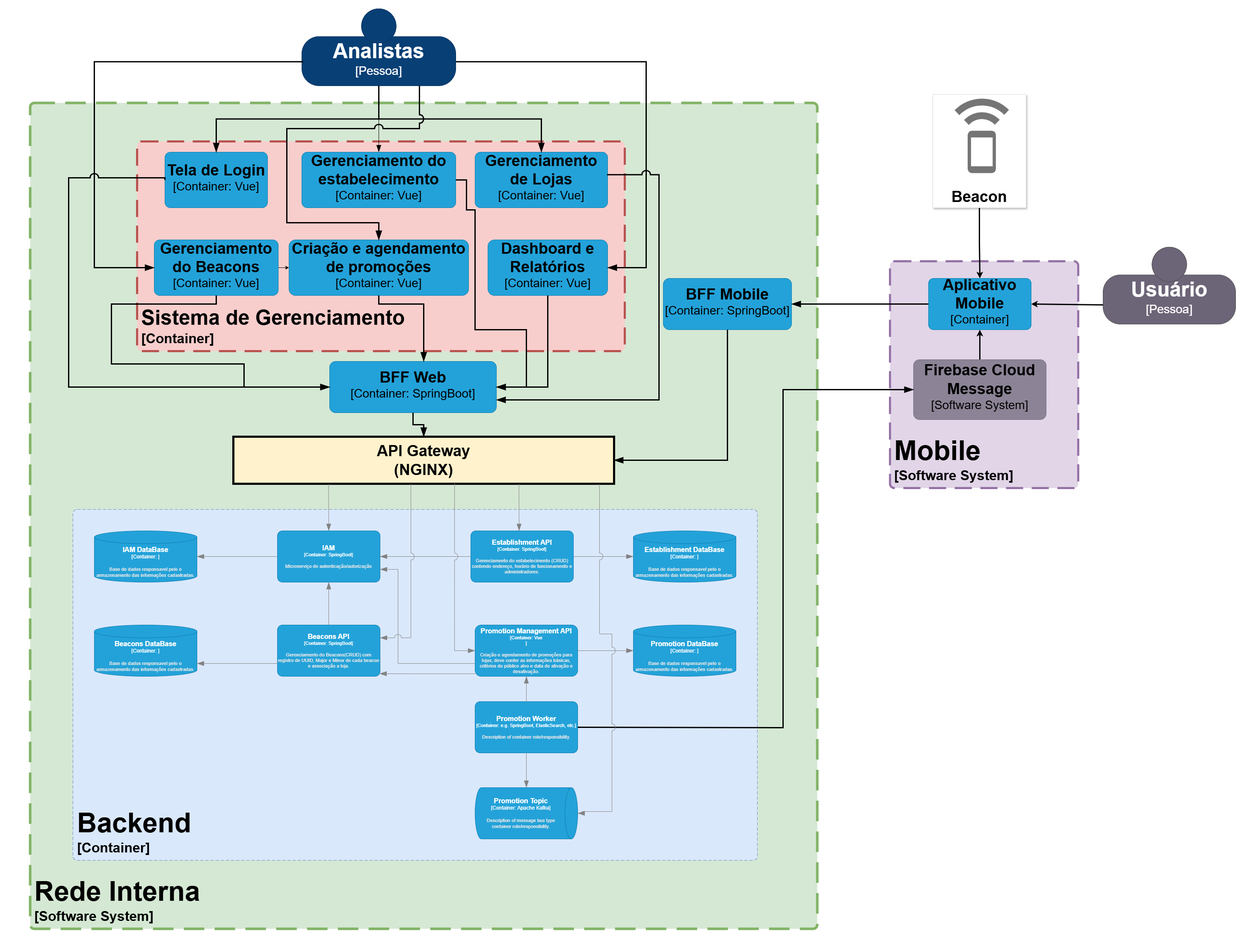
dickson-souza-projects/arq-soft-distrib-puc-minas-2025-java keeps this draw.io diagram as arquitetura-container.png. Above is the earlier version. Source tidied: cells renumbered, new cells last; positions are measured from the earlier drawing's top-left corner, leaving out a move shared by most shapes.
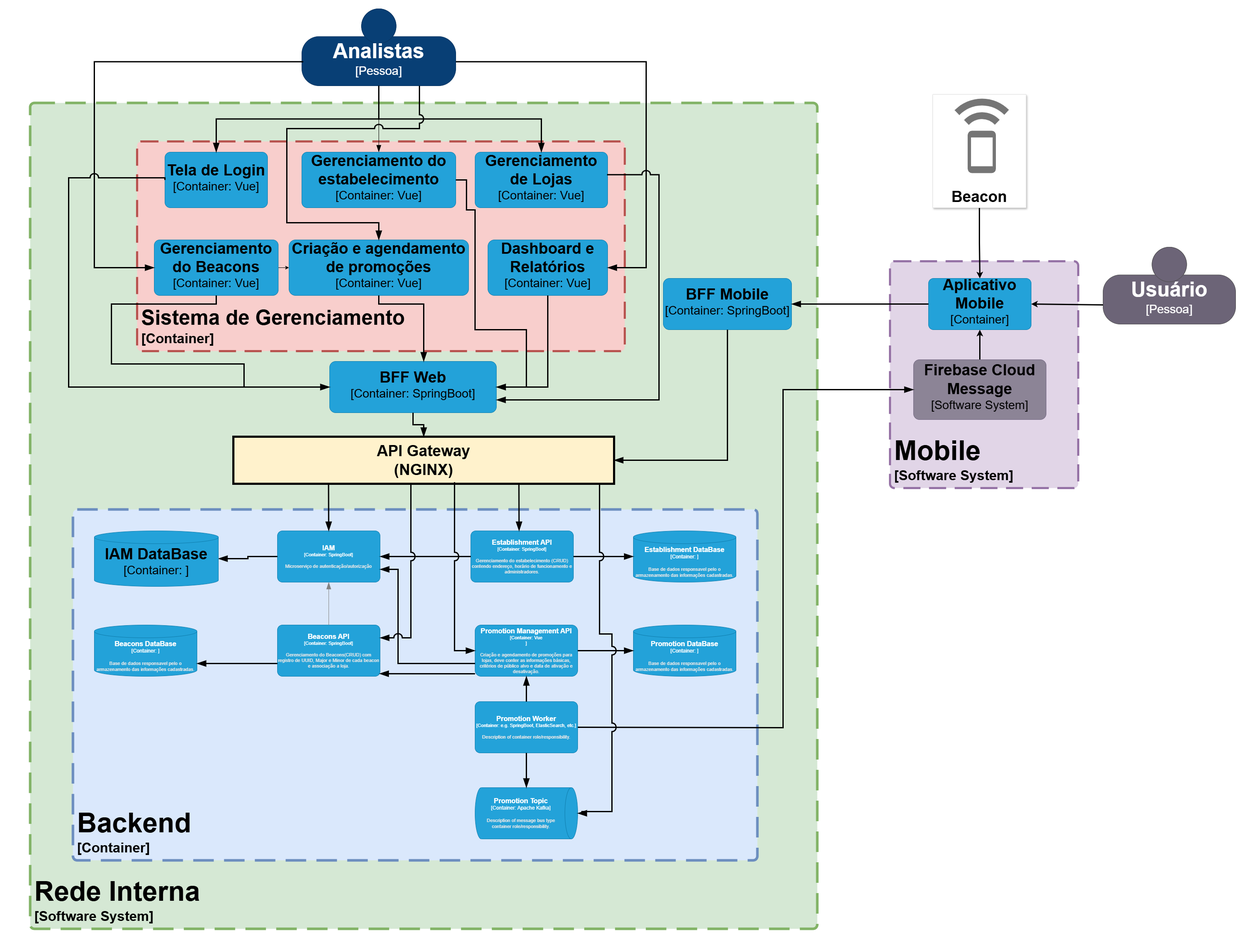
Above is the later version.

Commit message:
Ajustes iniicias no container do backend

Diff of the diagram source:
```diff
@@ -70,7 +70,7 @@
       </mxCell>
     </object>
     <object id="17" label="&lt;div style=&quot;text-align: left&quot;&gt;&lt;font style=&quot;font-size: 64px&quot;&gt;&lt;b&gt;&lt;font color=&quot;#000000&quot;&gt;%c4Name%&lt;/font&gt;&lt;/div&gt;&lt;/font&gt;&lt;div style=&quot;text-align: left&quot;&gt;&lt;font style=&quot;font-size: 32px&quot;&gt;&lt;font color=&quot;#000000&quot;&gt;[%c4Application%]&lt;/font&gt;&lt;/font&gt;&lt;/div&gt;" c4Application="Container" c4Name="Backend" c4Type="ContainerScopeBoundary" placeholders="1">
-      <mxCell style="rounded=1;fontSize=11;whiteSpace=wrap;html=1;dashed=1;arcSize=20;fillColor=#dae8fc;strokeColor=#6c8ebf;labelBackgroundColor=none;align=left;verticalAlign=bottom;labelBorderColor=none;spacingTop=0;spacing=10;dashPattern=8 4;perimeter=rectanglePerimeter;noLabel=0;labelPadding=0;absoluteArcSize=1;" parent="1" vertex="1">
+      <mxCell style="rounded=1;fontSize=11;whiteSpace=wrap;html=1;dashed=1;arcSize=20;fillColor=#dae8fc;strokeColor=#6c8ebf;labelBackgroundColor=none;align=left;verticalAlign=bottom;labelBorderColor=none;spacingTop=0;spacing=10;dashPattern=8 4;perimeter=rectanglePerimeter;noLabel=0;labelPadding=0;absoluteArcSize=1;strokeWidth=6;" parent="1" vertex="1">
         <mxGeometry x="170" y="1190" width="1600" height="820" as="geometry" />
       </mxCell>
     </object>
@@ -171,12 +171,12 @@
       </mxCell>
     </object>
     <object id="34" label="" c4Type="Relationship" placeholders="1">
-      <mxCell style="endArrow=blockThin;html=1;fontSize=10;fontColor=#404040;strokeWidth=1;endFill=1;strokeColor=#828282;elbow=vertical;endSize=14;startSize=14;jumpStyle=arc;jumpSize=16;rounded=0;edgeStyle=orthogonalEdgeStyle;exitX=0;exitY=0.5;exitDx=0;exitDy=0;exitPerimeter=0;" parent="1" edge="1" source="27" target="64">
+      <mxCell style="endArrow=blockThin;html=1;fontSize=10;fontColor=#404040;strokeWidth=3;endFill=1;strokeColor=#000000;elbow=vertical;endSize=14;startSize=14;jumpStyle=arc;jumpSize=16;rounded=0;edgeStyle=orthogonalEdgeStyle;exitX=0;exitY=0.5;exitDx=0;exitDy=0;exitPerimeter=0;" parent="1" edge="1" source="27" target="64">
         <mxGeometry relative="1" as="geometry" />
       </mxCell>
     </object>
     <object id="35" label="" c4Type="Relationship" placeholders="1">
-      <mxCell style="endArrow=blockThin;html=1;fontSize=10;fontColor=#404040;strokeWidth=1;endFill=1;strokeColor=#828282;elbow=vertical;endSize=14;startSize=14;jumpStyle=arc;jumpSize=16;rounded=0;edgeStyle=orthogonalEdgeStyle;exitX=0;exitY=0.75;exitDx=0;exitDy=0;exitPerimeter=0;entryX=1;entryY=0.75;entryDx=0;entryDy=0;entryPerimeter=0;" parent="1" edge="1" source="28" target="30">
+      <mxCell style="endArrow=blockThin;html=1;fontSize=10;fontColor=#404040;strokeWidth=3;endFill=1;strokeColor=#000000;elbow=vertical;endSize=14;startSize=14;jumpStyle=arc;jumpSize=16;rounded=0;edgeStyle=orthogonalEdgeStyle;exitX=0;exitY=0.75;exitDx=0;exitDy=0;exitPerimeter=0;entryX=1;entryY=0.75;entryDx=0;entryDy=0;entryPerimeter=0;" parent="1" edge="1" source="28" target="30">
         <mxGeometry relative="1" as="geometry" />
       </mxCell>
     </object>
@@ -201,7 +201,7 @@
       </mxCell>
     </object>
     <object id="40" label="" c4Type="Relationship" placeholders="1">
-      <mxCell style="endArrow=blockThin;html=1;fontSize=10;fontColor=#404040;strokeWidth=1;endFill=1;strokeColor=#828282;elbow=vertical;endSize=14;startSize=14;jumpStyle=arc;jumpSize=16;rounded=0;edgeStyle=orthogonalEdgeStyle;exitX=0;exitY=0.75;exitDx=0;exitDy=0;exitPerimeter=0;entryX=1;entryY=0.75;entryDx=0;entryDy=0;entryPerimeter=0;" parent="1" edge="1" source="32" target="27">
+      <mxCell style="endArrow=blockThin;html=1;fontSize=10;fontColor=#404040;strokeWidth=3;endFill=1;strokeColor=#000000;elbow=vertical;endSize=14;startSize=14;jumpStyle=arc;jumpSize=16;rounded=0;edgeStyle=orthogonalEdgeStyle;exitX=0;exitY=0.75;exitDx=0;exitDy=0;exitPerimeter=0;entryX=1;entryY=0.75;entryDx=0;entryDy=0;entryPerimeter=0;" parent="1" edge="1" source="32" target="27">
         <mxGeometry relative="1" as="geometry">
           <Array as="points">
             <mxPoint x="930" y="1550" />
@@ -211,27 +211,27 @@
       </mxCell>
     </object>
     <object id="41" label="" c4Type="Relationship" placeholders="1">
-      <mxCell style="endArrow=blockThin;html=1;fontSize=10;fontColor=#404040;strokeWidth=1;endFill=1;strokeColor=#828282;elbow=vertical;endSize=14;startSize=14;jumpStyle=arc;jumpSize=16;rounded=0;edgeStyle=orthogonalEdgeStyle;exitX=0;exitY=0.5;exitDx=0;exitDy=0;exitPerimeter=0;entryX=1;entryY=0.5;entryDx=0;entryDy=0;entryPerimeter=0;" parent="1" edge="1" source="29" target="27">
+      <mxCell style="endArrow=blockThin;html=1;fontSize=10;fontColor=#404040;strokeWidth=3;endFill=1;strokeColor=#000000;elbow=vertical;endSize=14;startSize=14;jumpStyle=arc;jumpSize=16;rounded=0;edgeStyle=orthogonalEdgeStyle;exitX=0;exitY=0.5;exitDx=0;exitDy=0;exitPerimeter=0;entryX=1;entryY=0.5;entryDx=0;entryDy=0;entryPerimeter=0;" parent="1" edge="1" source="29" target="27">
         <mxGeometry relative="1" as="geometry" />
       </mxCell>
     </object>
     <object id="42" label="" c4Type="Relationship" placeholders="1">
-      <mxCell style="endArrow=blockThin;html=1;fontSize=10;fontColor=#404040;strokeWidth=1;endFill=1;strokeColor=#828282;elbow=vertical;endSize=14;startSize=14;jumpStyle=arc;jumpSize=16;rounded=0;edgeStyle=orthogonalEdgeStyle;exitX=1;exitY=0.5;exitDx=0;exitDy=0;exitPerimeter=0;entryX=0;entryY=0.5;entryDx=0;entryDy=0;entryPerimeter=0;" parent="1" edge="1" source="29" target="31">
+      <mxCell style="endArrow=blockThin;html=1;fontSize=10;fontColor=#404040;strokeWidth=3;endFill=1;strokeColor=#000000;elbow=vertical;endSize=14;startSize=14;jumpStyle=arc;jumpSize=16;rounded=0;edgeStyle=orthogonalEdgeStyle;exitX=1;exitY=0.5;exitDx=0;exitDy=0;exitPerimeter=0;entryX=0;entryY=0.5;entryDx=0;entryDy=0;entryPerimeter=0;" parent="1" edge="1" source="29" target="31">
         <mxGeometry relative="1" as="geometry" />
       </mxCell>
     </object>
     <object id="43" label="" c4Type="Relationship" placeholders="1">
-      <mxCell style="endArrow=blockThin;html=1;fontSize=10;fontColor=#404040;strokeWidth=1;endFill=1;strokeColor=#828282;elbow=vertical;endSize=14;startSize=14;jumpStyle=arc;jumpSize=16;rounded=0;edgeStyle=orthogonalEdgeStyle;exitX=1;exitY=0.5;exitDx=0;exitDy=0;exitPerimeter=0;entryX=0;entryY=0.5;entryDx=0;entryDy=0;entryPerimeter=0;" parent="1" edge="1" source="32" target="33">
+      <mxCell style="endArrow=blockThin;html=1;fontSize=10;fontColor=#404040;strokeWidth=3;endFill=1;strokeColor=#000000;elbow=vertical;endSize=14;startSize=14;jumpStyle=arc;jumpSize=16;rounded=0;edgeStyle=orthogonalEdgeStyle;exitX=1;exitY=0.5;exitDx=0;exitDy=0;exitPerimeter=0;entryX=0;entryY=0.5;entryDx=0;entryDy=0;entryPerimeter=0;" parent="1" edge="1" source="32" target="33">
         <mxGeometry relative="1" as="geometry" />
       </mxCell>
     </object>
     <object id="44" label="" c4Type="Relationship" placeholders="1">
-      <mxCell style="endArrow=blockThin;html=1;fontSize=10;fontColor=#404040;strokeWidth=1;endFill=1;strokeColor=#828282;elbow=vertical;endSize=14;startSize=14;jumpStyle=arc;jumpSize=16;rounded=0;edgeStyle=orthogonalEdgeStyle;entryX=0.5;entryY=1;entryDx=0;entryDy=0;entryPerimeter=0;exitX=0.5;exitY=0;exitDx=0;exitDy=0;exitPerimeter=0;" parent="1" edge="1" source="39" target="32">
+      <mxCell style="endArrow=blockThin;html=1;fontSize=10;fontColor=#404040;strokeWidth=3;endFill=1;strokeColor=#000000;elbow=vertical;endSize=14;startSize=14;jumpStyle=arc;jumpSize=16;rounded=0;edgeStyle=orthogonalEdgeStyle;entryX=0.5;entryY=1;entryDx=0;entryDy=0;entryPerimeter=0;exitX=0.5;exitY=0;exitDx=0;exitDy=0;exitPerimeter=0;" parent="1" edge="1" source="39" target="32">
         <mxGeometry relative="1" as="geometry" />
       </mxCell>
     </object>
     <object id="45" label="" c4Type="Relationship" placeholders="1">
-      <mxCell style="endArrow=blockThin;html=1;fontSize=10;fontColor=#404040;strokeWidth=1;endFill=1;strokeColor=#828282;elbow=vertical;endSize=14;startSize=14;jumpStyle=arc;jumpSize=16;rounded=0;edgeStyle=orthogonalEdgeStyle;exitX=0.5;exitY=1;exitDx=0;exitDy=0;exitPerimeter=0;" parent="1" edge="1" source="39" target="38">
+      <mxCell style="endArrow=blockThin;html=1;fontSize=10;fontColor=#404040;strokeWidth=3;endFill=1;strokeColor=#000000;elbow=vertical;endSize=14;startSize=14;jumpStyle=arc;jumpSize=16;rounded=0;edgeStyle=orthogonalEdgeStyle;exitX=0.5;exitY=1;exitDx=0;exitDy=0;exitPerimeter=0;" parent="1" edge="1" source="39" target="38">
         <mxGeometry relative="1" as="geometry" />
       </mxCell>
     </object>
@@ -247,7 +247,7 @@
       </mxCell>
     </object>
     <object id="47" label="" c4Type="Relationship" placeholders="1">
-      <mxCell style="endArrow=blockThin;html=1;fontSize=10;fontColor=#404040;strokeWidth=1;endFill=1;strokeColor=#828282;elbow=vertical;endSize=14;startSize=14;jumpStyle=arc;jumpSize=16;rounded=0;edgeStyle=orthogonalEdgeStyle;entryX=0.995;entryY=0.948;entryDx=0;entryDy=0;entryPerimeter=0;" parent="1" edge="1" target="28">
+      <mxCell style="endArrow=blockThin;html=1;fontSize=10;fontColor=#404040;strokeWidth=3;endFill=1;strokeColor=#000000;elbow=vertical;endSize=14;startSize=14;jumpStyle=arc;jumpSize=16;rounded=0;edgeStyle=orthogonalEdgeStyle;entryX=0.995;entryY=0.948;entryDx=0;entryDy=0;entryPerimeter=0;" parent="1" edge="1" target="28">
         <mxGeometry relative="1" as="geometry">
           <mxPoint x="1110" y="1574" as="sourcePoint" />
         </mxGeometry>
@@ -340,12 +340,12 @@
       </mxCell>
     </object>
     <object id="59" label="" c4Type="Relationship" placeholders="1">
-      <mxCell style="endArrow=blockThin;html=1;fontSize=10;fontColor=#404040;strokeWidth=1;endFill=1;strokeColor=#828282;elbow=vertical;endSize=14;startSize=14;jumpStyle=arc;jumpSize=16;rounded=0;edgeStyle=orthogonalEdgeStyle;exitX=0.25;exitY=1;exitDx=0;exitDy=0;entryX=0.5;entryY=0;entryDx=0;entryDy=0;entryPerimeter=0;" parent="1" edge="1" source="48" target="27">
+      <mxCell style="endArrow=blockThin;html=1;fontSize=10;fontColor=#404040;strokeWidth=3;endFill=1;strokeColor=#000000;elbow=vertical;endSize=14;startSize=14;jumpStyle=arc;jumpSize=16;rounded=0;edgeStyle=orthogonalEdgeStyle;exitX=0.25;exitY=1;exitDx=0;exitDy=0;entryX=0.5;entryY=0;entryDx=0;entryDy=0;entryPerimeter=0;" parent="1" edge="1" source="48" target="27">
         <mxGeometry relative="1" as="geometry" />
       </mxCell>
     </object>
     <object id="60" label="" c4Type="Relationship" placeholders="1">
-      <mxCell style="endArrow=blockThin;html=1;fontSize=10;fontColor=#404040;strokeWidth=1;endFill=1;strokeColor=#828282;elbow=vertical;endSize=14;startSize=14;jumpStyle=arc;jumpSize=16;rounded=0;edgeStyle=orthogonalEdgeStyle;entryX=1;entryY=0.25;entryDx=0;entryDy=0;entryPerimeter=0;" parent="1" edge="1" source="48" target="28">
+      <mxCell style="endArrow=blockThin;html=1;fontSize=10;fontColor=#404040;strokeWidth=3;endFill=1;strokeColor=#000000;elbow=vertical;endSize=14;startSize=14;jumpStyle=arc;jumpSize=16;rounded=0;edgeStyle=orthogonalEdgeStyle;entryX=1;entryY=0.25;entryDx=0;entryDy=0;entryPerimeter=0;" parent="1" edge="1" source="48" target="28">
         <mxGeometry relative="1" as="geometry">
           <Array as="points">
             <mxPoint x="960" y="1490" />
@@ -354,19 +354,19 @@
       </mxCell>
     </object>
     <object id="61" label="" c4Type="Relationship" placeholders="1">
-      <mxCell style="endArrow=blockThin;html=1;fontSize=10;fontColor=#404040;strokeWidth=1;endFill=1;strokeColor=#828282;elbow=vertical;endSize=14;startSize=14;jumpStyle=arc;jumpSize=16;rounded=0;edgeStyle=orthogonalEdgeStyle;exitX=0.581;exitY=0.966;exitDx=0;exitDy=0;exitPerimeter=0;entryX=0;entryY=0.5;entryDx=0;entryDy=0;entryPerimeter=0;" parent="1" edge="1" source="48" target="32">
+      <mxCell style="endArrow=blockThin;html=1;fontSize=10;fontColor=#404040;strokeWidth=3;endFill=1;strokeColor=#000000;elbow=vertical;endSize=14;startSize=14;jumpStyle=arc;jumpSize=16;rounded=0;edgeStyle=orthogonalEdgeStyle;exitX=0.581;exitY=0.966;exitDx=0;exitDy=0;exitPerimeter=0;entryX=0;entryY=0.5;entryDx=0;entryDy=0;entryPerimeter=0;" parent="1" edge="1" source="48" target="32">
         <mxGeometry relative="1" as="geometry" />
       </mxCell>
     </object>
     <object id="62" label="" c4Type="Relationship" placeholders="1">
-      <mxCell style="endArrow=blockThin;html=1;fontSize=10;fontColor=#404040;strokeWidth=1;endFill=1;strokeColor=#828282;elbow=vertical;endSize=14;startSize=14;jumpStyle=arc;jumpSize=16;rounded=0;edgeStyle=orthogonalEdgeStyle;exitX=0.75;exitY=1;exitDx=0;exitDy=0;" parent="1" edge="1" source="48">
+      <mxCell style="endArrow=blockThin;html=1;fontSize=10;fontColor=#404040;strokeWidth=3;endFill=1;strokeColor=#000000;elbow=vertical;endSize=14;startSize=14;jumpStyle=arc;jumpSize=16;rounded=0;edgeStyle=orthogonalEdgeStyle;exitX=0.75;exitY=1;exitDx=0;exitDy=0;" parent="1" edge="1" source="48">
         <mxGeometry relative="1" as="geometry">
           <mxPoint x="1213" y="1240" as="targetPoint" />
         </mxGeometry>
       </mxCell>
     </object>
     <object id="63" label="" c4Type="Relationship" placeholders="1">
-      <mxCell style="endArrow=blockThin;html=1;fontSize=10;fontColor=#404040;strokeWidth=1;endFill=1;strokeColor=#828282;elbow=vertical;endSize=14;startSize=14;jumpStyle=arc;jumpSize=16;rounded=0;edgeStyle=orthogonalEdgeStyle;exitX=0.928;exitY=1.034;exitDx=0;exitDy=0;exitPerimeter=0;entryX=0.5;entryY=0;entryDx=0;entryDy=0;entryPerimeter=0;" parent="1" edge="1" target="38">
+      <mxCell style="endArrow=blockThin;html=1;fontSize=10;fontColor=#404040;strokeWidth=3;endFill=1;strokeColor=#000000;elbow=vertical;endSize=14;startSize=14;jumpStyle=arc;jumpSize=16;rounded=0;edgeStyle=orthogonalEdgeStyle;exitX=0.928;exitY=1.034;exitDx=0;exitDy=0;exitPerimeter=0;entryX=0.5;entryY=0;entryDx=0;entryDy=0;entryPerimeter=0;" parent="1" edge="1" target="38">
         <mxGeometry relative="1" as="geometry">
           <mxPoint x="1400.9" y="1130" as="sourcePoint" />
           <Array as="points">
@@ -379,9 +379,9 @@
         </mxGeometry>
       </mxCell>
     </object>
-    <object id="64" label="&lt;font style=&quot;font-size: 16px&quot;&gt;&lt;b&gt;%c4Name%&lt;/b&gt;&lt;/font&gt;&lt;div&gt;[%c4Type%:&amp;nbsp;%c4Technology%]&lt;/div&gt;&lt;br&gt;&lt;div&gt;&lt;font style=&quot;font-size: 11px&quot;&gt;&lt;font color=&quot;#E6E6E6&quot;&gt;%c4Description%&lt;/font&gt;&lt;/div&gt;" c4Description="Base de dados responsavel pelo o armazenamento das informações cadastradas." c4Name="IAM DataBase" c4Technology="" c4Type="Container" placeholders="1">
+    <object id="64" label="&lt;font style=&quot;font-size: 36px&quot;&gt;&lt;b&gt;&lt;font color=&quot;#000000&quot;&gt;%c4Name%&lt;/font&gt;&lt;/b&gt;&lt;/font&gt;&lt;div&gt;&lt;font style=&quot;font-size: 28px&quot;&gt;&lt;font color=&quot;#000000&quot;&gt;[%c4Type%: %c4Technology%]&lt;/font&gt;&lt;/font&gt;&lt;/div&gt;&lt;br&gt;&lt;div&gt;&lt;font style=&quot;font-size: 11px&quot;&gt;&lt;font color=&quot;#00000&quot;&gt;%c4Description%&lt;/font&gt;&lt;/font&gt;&lt;/div&gt;" c4Description="" c4Name="IAM DataBase" c4Technology="" c4Type="Container" placeholders="1">
       <mxCell style="shape=cylinder3;size=15;whiteSpace=wrap;html=1;boundedLbl=1;rounded=0;labelBackgroundColor=none;fillColor=#23A2D9;fontSize=12;fontColor=#ffffff;align=center;strokeColor=#0E7DAD;points=[[0.5,0,0],[1,0.25,0],[1,0.5,0],[1,0.75,0],[0.5,1,0],[0,0.75,0],[0,0.5,0],[0,0.25,0]];" parent="1" vertex="1">
-        <mxGeometry x="220" y="1240" width="240" height="120" as="geometry" />
+        <mxGeometry x="220" y="1240" width="290" height="130" as="geometry" />
       </mxCell>
     </object>
     <mxCell id="65" style="group;" parent="1" vertex="1">
```
